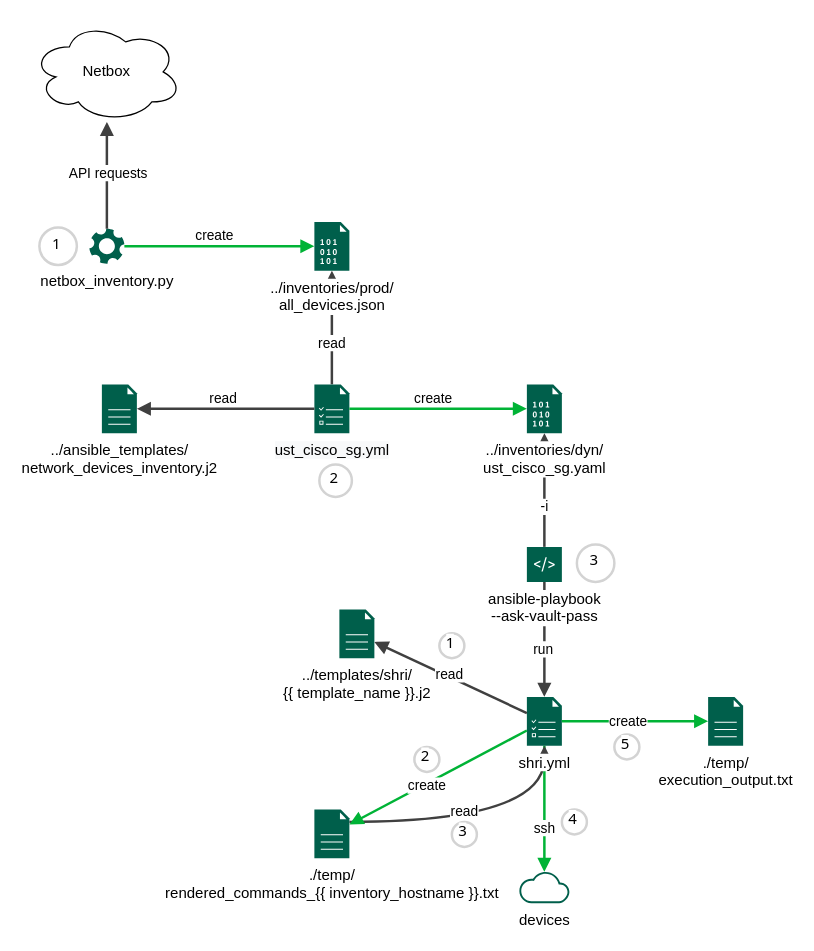
Above: scheme.drawio in CherMet90/ansible (draw.io), before the change. Source tidied: cells renumbered, new cells numbered last; positions are measured from the earlier drawing's top-left corner, leaving out a move shared by most shapes. Both pictures are drawn from the tidied source at 125%, with x=0, y=0 at pixel (31, 21).
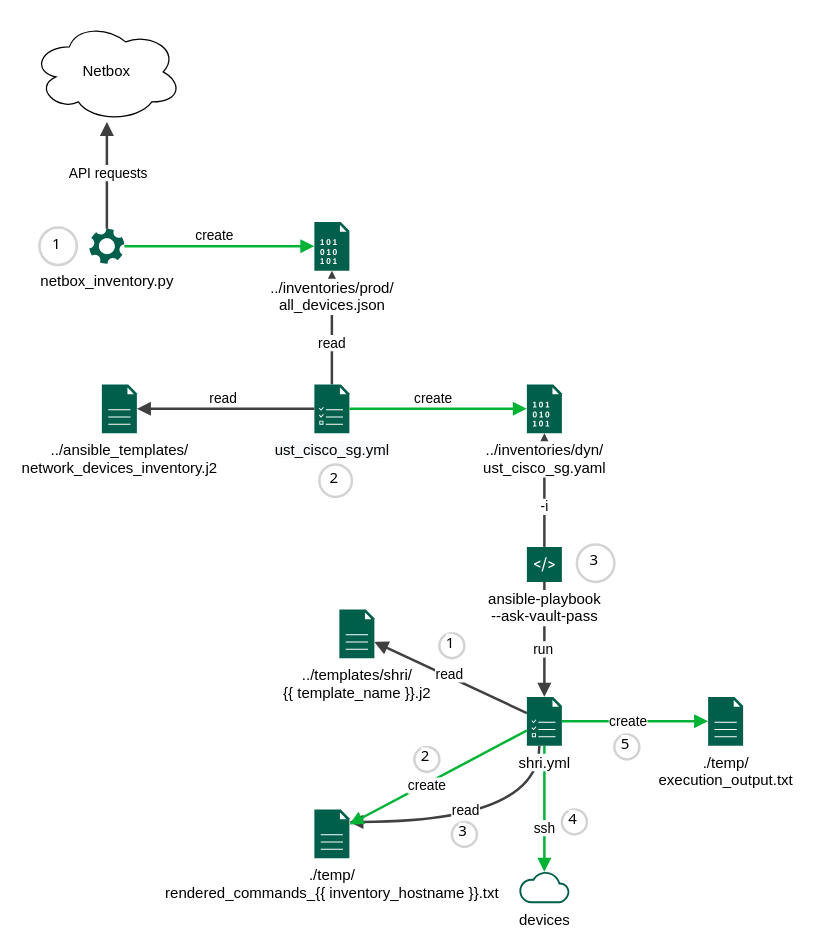
The same diagram, later.

Unchanged cells that the change refers to:
```xml
<mxCell id="26" value="shri.yml" style="sketch=0;shadow=0;dashed=0;html=1;strokeColor=none;fillColor=#005F4B;labelPosition=center;verticalLabelPosition=bottom;verticalAlign=top;align=center;outlineConnect=0;shape=mxgraph.veeam2.task_list;labelBackgroundColor=default;" parent="1" vertex="1">
  <mxGeometry x="396" y="540" width="28" height="39" as="geometry" />
</mxCell>
<mxCell id="32" value="./temp/&lt;br&gt;rendered_commands_{{ inventory_hostname }}.txt" style="sketch=0;shadow=0;dashed=0;html=1;strokeColor=none;fillColor=#005F4B;labelPosition=center;verticalLabelPosition=bottom;verticalAlign=top;align=center;outlineConnect=0;shape=mxgraph.veeam2.file;labelBackgroundColor=default;" parent="1" vertex="1">
  <mxGeometry x="226" y="630" width="28" height="39" as="geometry" />
</mxCell>
```

The edit, as a diff of the source:
```diff
@@
+    <mxCell id="46" style="edgeStyle=orthogonalEdgeStyle;rounded=0;html=1;jettySize=auto;strokeColor=#404040;strokeWidth=2;fontColor=#000000;jumpStyle=none;endArrow=block;endFill=1;startArrow=none;curved=1;" parent="1" edge="1" source="26" target="32">
+      <mxGeometry relative="1" as="geometry">
+        <Array as="points">
+          <mxPoint x="406" y="640" />
+        </Array>
+      </mxGeometry>
+    </mxCell>
+    <mxCell id="5" value="read" style="edgeLabel;html=1;align=center;verticalAlign=middle;" parent="46" vertex="1">
+      <mxGeometry x="-0.07" y="-16" relative="1" as="geometry">
+        <mxPoint x="-22" y="6" as="offset" />
+      </mxGeometry>
+    </mxCell>
@@
-    <mxCell id="4" style="edgeStyle=orthogonalEdgeStyle;rounded=0;html=1;jettySize=auto;strokeColor=#404040;strokeWidth=2;fontColor=#000000;jumpStyle=none;endArrow=block;endFill=1;startArrow=none;curved=1;" parent="1" edge="1" source="32" target="26">
-      <mxGeometry relative="1" as="geometry">
-        <Array as="points">
-          <mxPoint x="410" y="640" />
-        </Array>
-      </mxGeometry>
-    </mxCell>
-    <mxCell id="5" value="read" style="edgeLabel;html=1;align=center;verticalAlign=middle;" parent="4" vertex="1">
-      <mxGeometry x="-0.16" y="9" relative="1" as="geometry" />
-    </mxCell>
```
